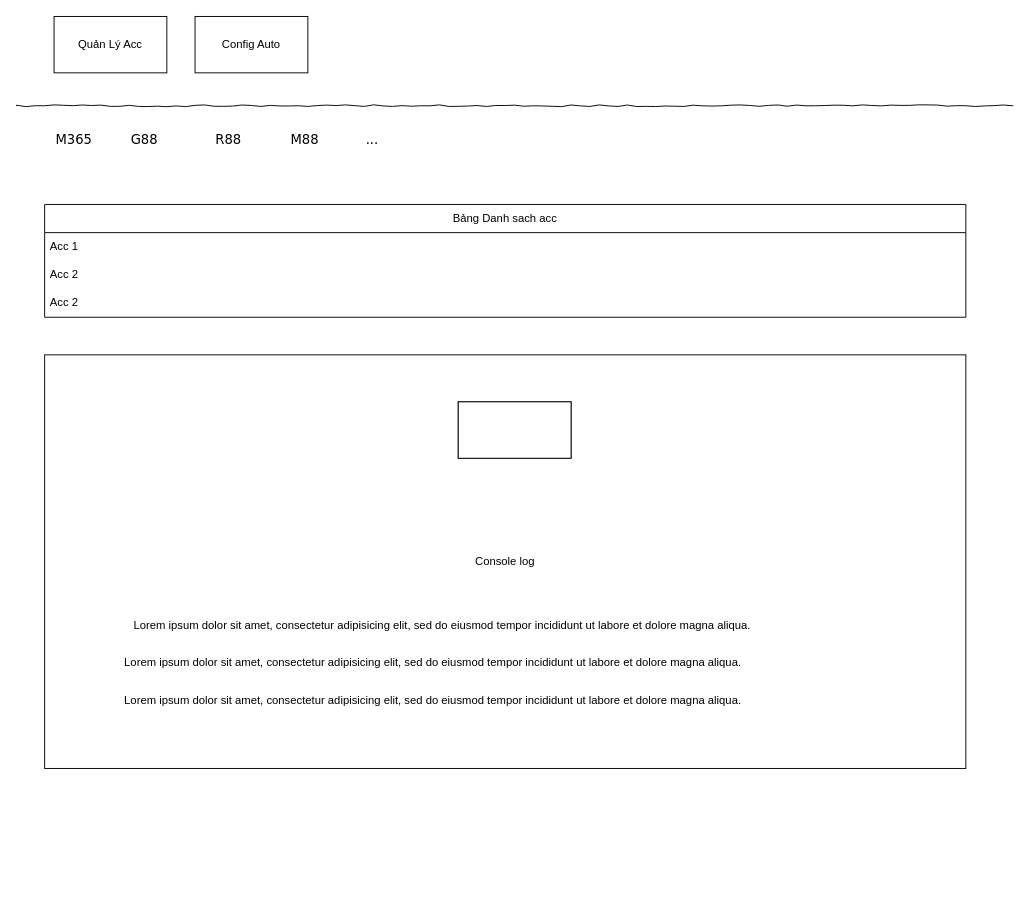
Earlier version of the draw.io diagram app_auto_g88.drawio (bachdev/diagram). Source tidied: cells renumbered, new cells numbered last; positions are measured from the earlier drawing's top-left corner, leaving out a move shared by most shapes. Both pictures are drawn from the tidied source at 94%, with x=0, y=0 at pixel (16, 16).
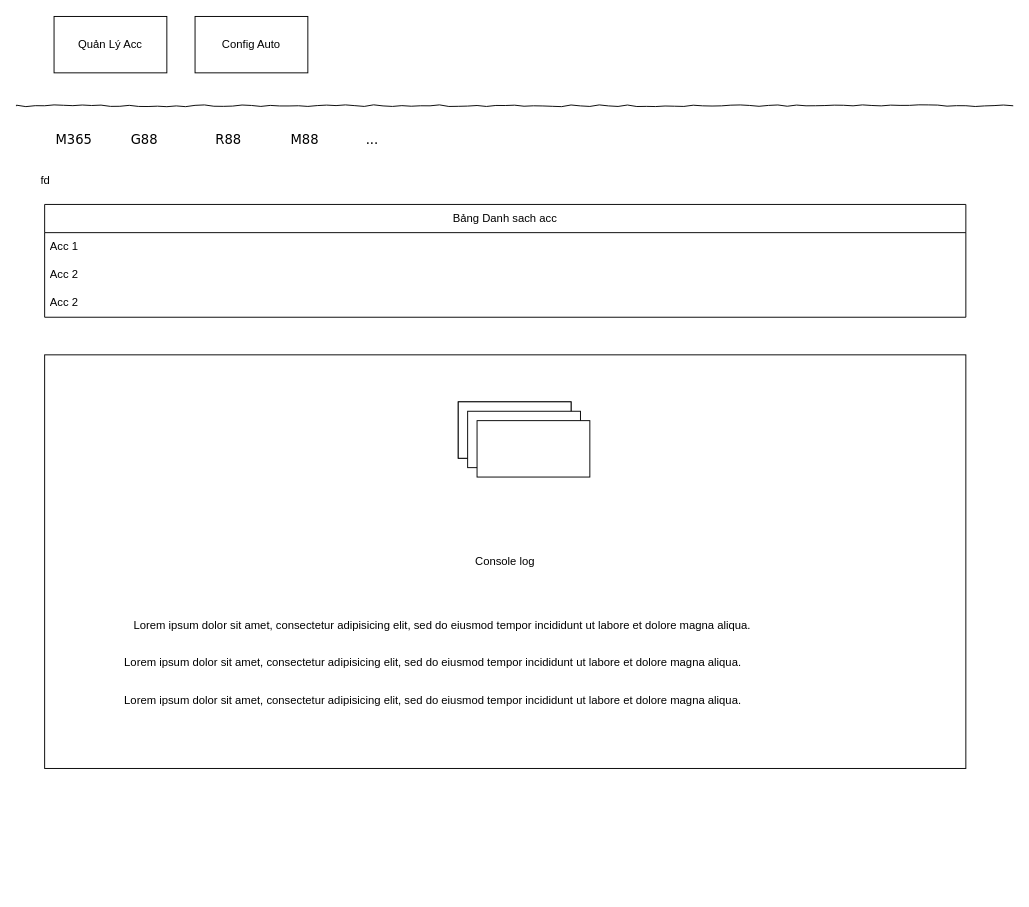
The same diagram, later.

Change to the diagram source:
```diff
@@
+    <mxCell id="21" value="fd" style="text;strokeColor=none;fillColor=none;align=left;verticalAlign=middle;spacingLeft=4;spacingRight=4;overflow=hidden;whiteSpace=wrap;html=1;" parent="1" vertex="1">
+      <mxGeometry x="20" y="160" width="980" height="30" as="geometry" />
+    </mxCell>
+    <mxCell id="22" style="rounded=0;whiteSpace=wrap;html=1;" parent="1" vertex="1">
+      <mxGeometry x="480" y="420" width="120" height="60" as="geometry" />
+    </mxCell>
+    <mxCell id="23" style="rounded=0;whiteSpace=wrap;html=1;" parent="1" vertex="1">
+      <mxGeometry x="490" y="430" width="120" height="60" as="geometry" />
+    </mxCell>
```
